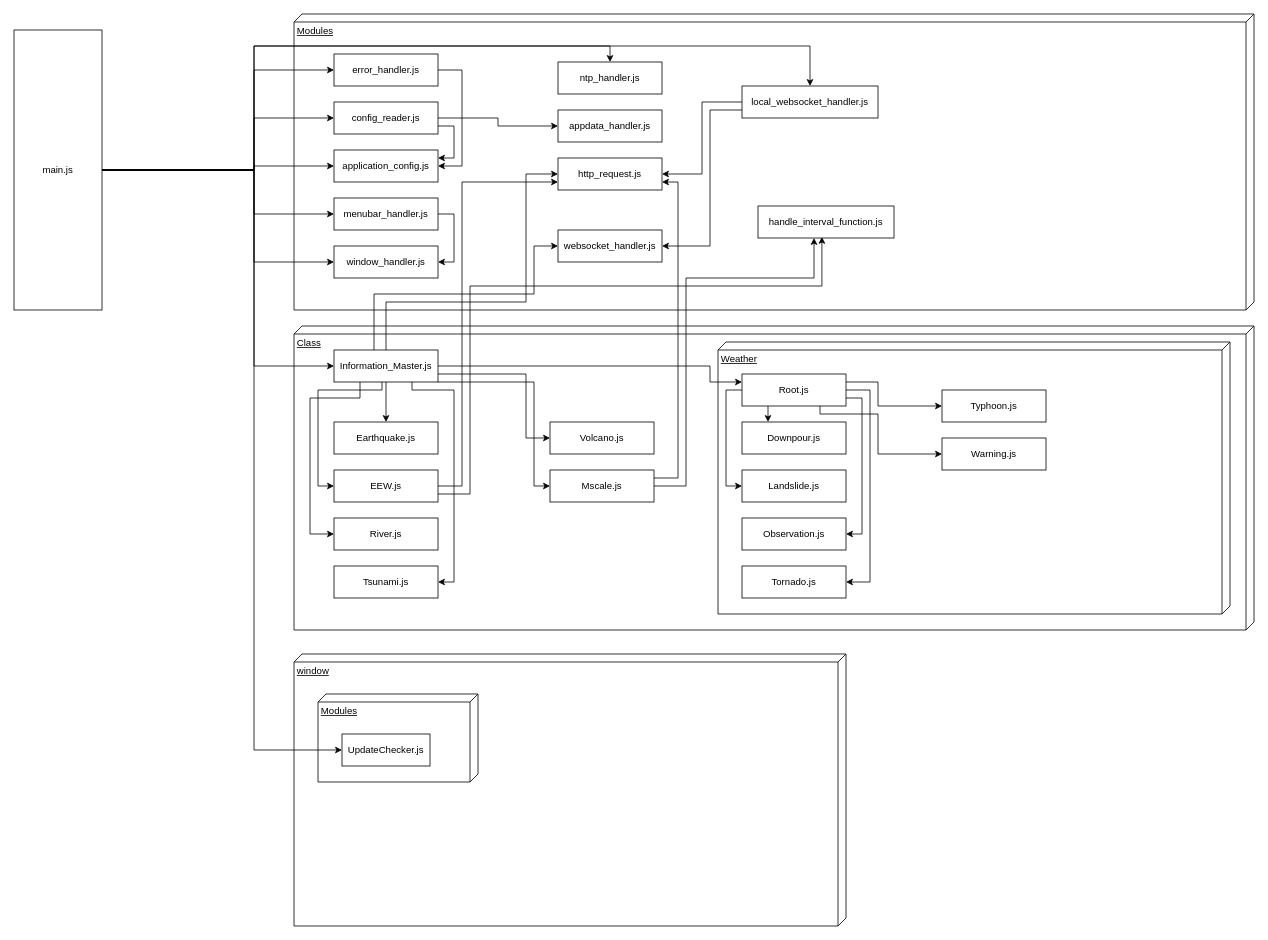
The draw.io diagram 依存関係.drawio in md-ndv356/ndv-ticker-app, before the edit. Source tidied: cells renumbered, new cells numbered last; positions are measured from the earlier drawing's top-left corner, leaving out a move shared by most shapes. Both pictures are drawn from the tidied source at 80%, with x=0, y=0 at pixel (14, 14).
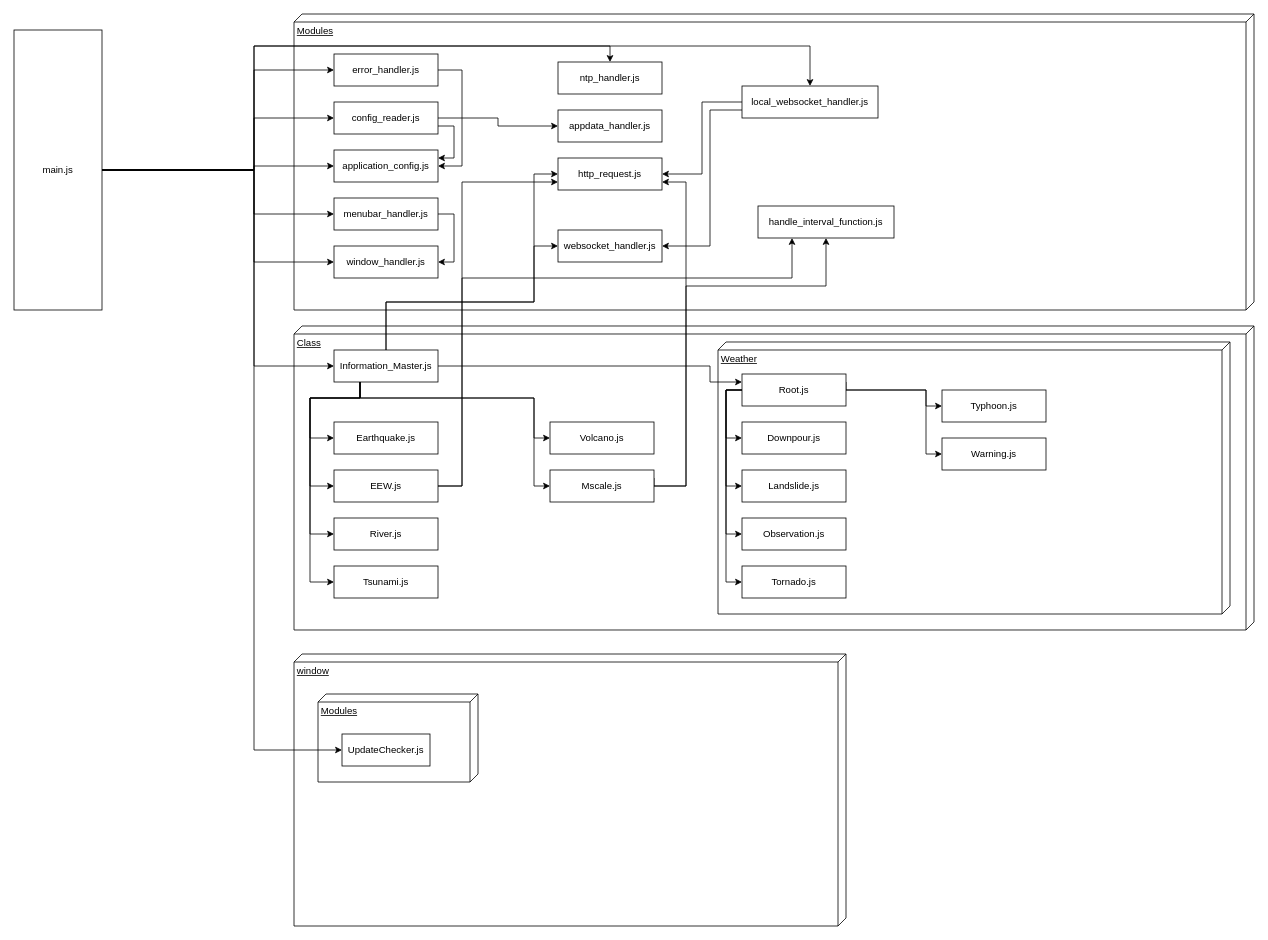
After the change.

Commit message:
依存関係.drawio を更新します

Unchanged cells that the change refers to:
```xml
<mxCell id="36" value="Information_Master.js" style="html=1;whiteSpace=wrap;" parent="1" vertex="1">
  <mxGeometry x="400" y="420" width="130" height="40" as="geometry" />
</mxCell>
<mxCell id="40" value="http_request.js" style="html=1;whiteSpace=wrap;" parent="1" vertex="1">
  <mxGeometry x="680" y="180" width="130" height="40" as="geometry" />
</mxCell>
<mxCell id="42" value="websocket_handler.js" style="html=1;whiteSpace=wrap;" parent="1" vertex="1">
  <mxGeometry x="680" y="270" width="130" height="40" as="geometry" />
</mxCell>
<mxCell id="49" value="Root.js" style="html=1;whiteSpace=wrap;" parent="1" vertex="1">
  <mxGeometry x="910" y="450" width="130" height="40" as="geometry" />
</mxCell>
<mxCell id="51" value="Downpour.js" style="html=1;whiteSpace=wrap;" parent="1" vertex="1">
  <mxGeometry x="910" y="510" width="130" height="40" as="geometry" />
</mxCell>
<mxCell id="53" value="Observation.js" style="html=1;whiteSpace=wrap;" parent="1" vertex="1">
  <mxGeometry x="910" y="630" width="130" height="40" as="geometry" />
</mxCell>
<mxCell id="54" value="Tornado.js" style="html=1;whiteSpace=wrap;" parent="1" vertex="1">
  <mxGeometry x="910" y="690" width="130" height="40" as="geometry" />
</mxCell>
<mxCell id="55" value="Typhoon.js" style="html=1;whiteSpace=wrap;" parent="1" vertex="1">
  <mxGeometry x="1160" y="470" width="130" height="40" as="geometry" />
</mxCell>
<mxCell id="56" value="Warning.js" style="html=1;whiteSpace=wrap;" parent="1" vertex="1">
  <mxGeometry x="1160" y="530" width="130" height="40" as="geometry" />
</mxCell>
<mxCell id="59" value="EEW.js" style="html=1;whiteSpace=wrap;" parent="1" vertex="1">
  <mxGeometry x="400" y="570" width="130" height="40" as="geometry" />
</mxCell>
<mxCell id="61" value="Tsunami.js" style="html=1;whiteSpace=wrap;" parent="1" vertex="1">
  <mxGeometry x="400" y="690" width="130" height="40" as="geometry" />
</mxCell>
<mxCell id="62" value="Volcano.js" style="html=1;whiteSpace=wrap;" parent="1" vertex="1">
  <mxGeometry x="670" y="510" width="130" height="40" as="geometry" />
</mxCell>
<mxCell id="65" value="Mscale.js" style="html=1;whiteSpace=wrap;" parent="1" vertex="1">
  <mxGeometry x="670" y="570" width="130" height="40" as="geometry" />
</mxCell>
<mxCell id="66" value="Earthquake.js" style="html=1;whiteSpace=wrap;" parent="1" vertex="1">
  <mxGeometry x="400" y="510" width="130" height="40" as="geometry" />
</mxCell>
<mxCell id="67" value="handle_interval_function.js" style="html=1;whiteSpace=wrap;" parent="1" vertex="1">
  <mxGeometry x="930" y="240" width="170" height="40" as="geometry" />
</mxCell>
```

What changed in the source:
```diff
@@
-    <mxCell id="26" style="edgeStyle=orthogonalEdgeStyle;rounded=0;jettySize=auto;html=1;exitX=0.46;exitY=0.018;exitDx=0;exitDy=0;exitPerimeter=0;entryX=0;entryY=0.5;entryDx=0;entryDy=0;" parent="1" edge="1" source="36" target="42">
+    <mxCell id="26" style="edgeStyle=orthogonalEdgeStyle;rounded=0;jettySize=auto;html=1;exitX=0.5;exitY=0;exitDx=0;exitDy=0;entryX=0;entryY=0.5;entryDx=0;entryDy=0;" parent="1" edge="1" source="36" target="42">
       <mxGeometry relative="1" as="geometry">
         <Array as="points">
-          <mxPoint x="450" y="421" />
-          <mxPoint x="450" y="350" />
-          <mxPoint x="650" y="350" />
+          <mxPoint x="465" y="360" />
+          <mxPoint x="650" y="360" />
           <mxPoint x="650" y="290" />
         </Array>
       </mxGeometry>
     </mxCell>
@@
     <mxCell id="28" style="edgeStyle=orthogonalEdgeStyle;rounded=0;jettySize=auto;html=1;exitX=0.5;exitY=0;exitDx=0;exitDy=0;entryX=0;entryY=0.5;entryDx=0;entryDy=0;" parent="1" edge="1" source="36" target="40">
       <mxGeometry relative="1" as="geometry">
         <Array as="points">
           <mxPoint x="465" y="360" />
-          <mxPoint x="640" y="360" />
-          <mxPoint x="640" y="200" />
+          <mxPoint x="650" y="360" />
+          <mxPoint x="650" y="200" />
         </Array>
       </mxGeometry>
     </mxCell>
@@
-    <mxCell id="30" style="edgeStyle=orthogonalEdgeStyle;rounded=0;jettySize=auto;html=1;" parent="1" edge="1" source="36" target="66">
-      <mxGeometry relative="1" as="geometry" />
+    <mxCell id="30" style="edgeStyle=orthogonalEdgeStyle;rounded=0;jettySize=auto;html=1;exitX=0.25;exitY=1;exitDx=0;exitDy=0;" parent="1" edge="1" source="36" target="66">
+      <mxGeometry relative="1" as="geometry">
+        <Array as="points">
+          <mxPoint x="432" y="480" />
+          <mxPoint x="370" y="480" />
+          <mxPoint x="370" y="530" />
+        </Array>
+      </mxGeometry>
     </mxCell>
-    <mxCell id="31" style="edgeStyle=orthogonalEdgeStyle;rounded=0;jettySize=auto;html=1;entryX=0;entryY=0.5;entryDx=0;entryDy=0;" parent="1" edge="1" source="36" target="59">
+    <mxCell id="31" style="edgeStyle=orthogonalEdgeStyle;rounded=0;jettySize=auto;html=1;entryX=0;entryY=0.5;entryDx=0;entryDy=0;exitX=0.25;exitY=1;exitDx=0;exitDy=0;" parent="1" edge="1" source="36" target="59">
       <mxGeometry relative="1" as="geometry">
         <Array as="points">
-          <mxPoint x="460" y="470" />
-          <mxPoint x="380" y="470" />
-          <mxPoint x="380" y="590" />
+          <mxPoint x="432" y="480" />
+          <mxPoint x="370" y="480" />
+          <mxPoint x="370" y="590" />
         </Array>
       </mxGeometry>
     </mxCell>
@@
-    <mxCell id="33" style="edgeStyle=orthogonalEdgeStyle;rounded=0;jettySize=auto;html=1;exitX=0.75;exitY=1;exitDx=0;exitDy=0;entryX=1;entryY=0.5;entryDx=0;entryDy=0;" parent="1" edge="1" source="36" target="61">
+    <mxCell id="33" style="edgeStyle=orthogonalEdgeStyle;rounded=0;jettySize=auto;html=1;exitX=0.25;exitY=1;exitDx=0;exitDy=0;entryX=0;entryY=0.5;entryDx=0;entryDy=0;" parent="1" edge="1" source="36" target="61">
       <mxGeometry relative="1" as="geometry">
         <Array as="points">
-          <mxPoint x="497" y="470" />
-          <mxPoint x="550" y="470" />
-          <mxPoint x="550" y="710" />
+          <mxPoint x="432" y="480" />
+          <mxPoint x="370" y="480" />
+          <mxPoint x="370" y="710" />
         </Array>
       </mxGeometry>
     </mxCell>
-    <mxCell id="34" style="edgeStyle=orthogonalEdgeStyle;rounded=0;jettySize=auto;html=1;exitX=1;exitY=0.75;exitDx=0;exitDy=0;entryX=0;entryY=0.5;entryDx=0;entryDy=0;" parent="1" edge="1" source="36" target="62">
+    <mxCell id="34" style="edgeStyle=orthogonalEdgeStyle;rounded=0;jettySize=auto;html=1;exitX=0.25;exitY=1;exitDx=0;exitDy=0;entryX=0;entryY=0.5;entryDx=0;entryDy=0;" parent="1" edge="1" source="36" target="62">
       <mxGeometry relative="1" as="geometry">
         <Array as="points">
-          <mxPoint x="640" y="450" />
-          <mxPoint x="640" y="530" />
+          <mxPoint x="432" y="480" />
+          <mxPoint x="650" y="480" />
+          <mxPoint x="650" y="530" />
         </Array>
       </mxGeometry>
     </mxCell>
-    <mxCell id="35" style="edgeStyle=orthogonalEdgeStyle;rounded=0;jettySize=auto;html=1;exitX=1;exitY=1;exitDx=0;exitDy=0;entryX=0;entryY=0.5;entryDx=0;entryDy=0;" parent="1" edge="1" source="36" target="65">
+    <mxCell id="35" style="edgeStyle=orthogonalEdgeStyle;rounded=0;jettySize=auto;html=1;exitX=0.25;exitY=1;exitDx=0;exitDy=0;entryX=0;entryY=0.5;entryDx=0;entryDy=0;" parent="1" edge="1" source="36" target="65">
       <mxGeometry relative="1" as="geometry">
         <Array as="points">
-          <mxPoint x="650" y="460" />
+          <mxPoint x="433" y="480" />
+          <mxPoint x="650" y="480" />
           <mxPoint x="650" y="590" />
         </Array>
       </mxGeometry>
     </mxCell>
@@
-    <mxCell id="43" style="edgeStyle=orthogonalEdgeStyle;rounded=0;jettySize=auto;html=1;exitX=0.25;exitY=1;exitDx=0;exitDy=0;entryX=0.25;entryY=0;entryDx=0;entryDy=0;" parent="1" edge="1" source="49" target="51">
-      <mxGeometry relative="1" as="geometry" />
+    <mxCell id="43" style="edgeStyle=orthogonalEdgeStyle;rounded=0;jettySize=auto;html=1;exitX=0;exitY=0.5;exitDx=0;exitDy=0;entryX=0;entryY=0.5;entryDx=0;entryDy=0;" parent="1" edge="1" source="49" target="51">
+      <mxGeometry relative="1" as="geometry">
+        <Array as="points">
+          <mxPoint x="890" y="470" />
+          <mxPoint x="890" y="530" />
+        </Array>
+      </mxGeometry>
     </mxCell>
@@
-    <mxCell id="45" style="edgeStyle=orthogonalEdgeStyle;rounded=0;jettySize=auto;html=1;exitX=1;exitY=0.75;exitDx=0;exitDy=0;entryX=1;entryY=0.5;entryDx=0;entryDy=0;" parent="1" edge="1" source="49" target="53">
+    <mxCell id="45" style="edgeStyle=orthogonalEdgeStyle;rounded=0;jettySize=auto;html=1;exitX=0;exitY=0.5;exitDx=0;exitDy=0;entryX=0;entryY=0.5;entryDx=0;entryDy=0;" parent="1" edge="1" source="49" target="53">
       <mxGeometry relative="1" as="geometry">
         <Array as="points">
-          <mxPoint x="1060" y="480" />
-          <mxPoint x="1060" y="650" />
+          <mxPoint x="890" y="470" />
+          <mxPoint x="890" y="650" />
         </Array>
       </mxGeometry>
     </mxCell>
-    <mxCell id="46" style="edgeStyle=orthogonalEdgeStyle;rounded=0;jettySize=auto;html=1;exitX=1;exitY=0.5;exitDx=0;exitDy=0;entryX=1;entryY=0.5;entryDx=0;entryDy=0;" parent="1" edge="1" source="49" target="54">
+    <mxCell id="46" style="edgeStyle=orthogonalEdgeStyle;rounded=0;jettySize=auto;html=1;exitX=0;exitY=0.5;exitDx=0;exitDy=0;entryX=0;entryY=0.5;entryDx=0;entryDy=0;" parent="1" edge="1" source="49" target="54">
       <mxGeometry relative="1" as="geometry">
         <Array as="points">
-          <mxPoint x="1070" y="470" />
-          <mxPoint x="1070" y="710" />
+          <mxPoint x="890" y="470" />
+          <mxPoint x="890" y="710" />
         </Array>
       </mxGeometry>
     </mxCell>
     <mxCell id="47" style="edgeStyle=orthogonalEdgeStyle;rounded=0;jettySize=auto;html=1;exitX=1;exitY=0.25;exitDx=0;exitDy=0;" parent="1" edge="1" source="49" target="55">
       <mxGeometry relative="1" as="geometry">
         <Array as="points">
-          <mxPoint x="1080" y="460" />
-          <mxPoint x="1080" y="490" />
+          <mxPoint x="1040" y="470" />
+          <mxPoint x="1140" y="470" />
+          <mxPoint x="1140" y="490" />
         </Array>
       </mxGeometry>
     </mxCell>
-    <mxCell id="48" style="edgeStyle=orthogonalEdgeStyle;rounded=0;jettySize=auto;html=1;exitX=0.75;exitY=1;exitDx=0;exitDy=0;entryX=0;entryY=0.5;entryDx=0;entryDy=0;" parent="1" edge="1" source="49" target="56">
+    <mxCell id="48" style="edgeStyle=orthogonalEdgeStyle;rounded=0;jettySize=auto;html=1;exitX=1;exitY=0.5;exitDx=0;exitDy=0;entryX=0;entryY=0.5;entryDx=0;entryDy=0;" parent="1" edge="1" source="49" target="56">
       <mxGeometry relative="1" as="geometry">
         <Array as="points">
-          <mxPoint x="1008" y="500" />
-          <mxPoint x="1080" y="500" />
-          <mxPoint x="1080" y="550" />
+          <mxPoint x="1140" y="470" />
+          <mxPoint x="1140" y="550" />
         </Array>
       </mxGeometry>
     </mxCell>
@@
-    <mxCell id="58" style="edgeStyle=orthogonalEdgeStyle;rounded=0;jettySize=auto;html=1;exitX=1;exitY=0.75;exitDx=0;exitDy=0;entryX=0.47;entryY=0.965;entryDx=0;entryDy=0;entryPerimeter=0;" parent="1" edge="1" source="59" target="67">
+    <mxCell id="58" style="edgeStyle=orthogonalEdgeStyle;rounded=0;jettySize=auto;html=1;entryX=0.25;entryY=1;entryDx=0;entryDy=0;" parent="1" edge="1" target="67">
       <mxGeometry relative="1" as="geometry">
+        <mxPoint x="530" y="590" as="sourcePoint" />
         <Array as="points">
-          <mxPoint x="570" y="600" />
-          <mxPoint x="570" y="340" />
-          <mxPoint x="1010" y="340" />
+          <mxPoint x="560" y="590" />
+          <mxPoint x="560" y="330" />
+          <mxPoint x="972" y="330" />
+          <mxPoint x="972" y="280" />
         </Array>
       </mxGeometry>
     </mxCell>
@@
     <mxCell id="63" style="edgeStyle=orthogonalEdgeStyle;rounded=0;jettySize=auto;html=1;exitX=1;exitY=0.25;exitDx=0;exitDy=0;entryX=1;entryY=0.75;entryDx=0;entryDy=0;" parent="1" edge="1" source="65" target="40">
-      <mxGeometry relative="1" as="geometry" />
+      <mxGeometry relative="1" as="geometry">
+        <Array as="points">
+          <mxPoint x="800" y="590" />
+          <mxPoint x="840" y="590" />
+          <mxPoint x="840" y="210" />
+        </Array>
+      </mxGeometry>
     </mxCell>
-    <mxCell id="64" style="edgeStyle=orthogonalEdgeStyle;rounded=0;jettySize=auto;html=1;exitX=1;exitY=0.5;exitDx=0;exitDy=0;" parent="1" edge="1" source="65" target="67">
+    <mxCell id="64" style="edgeStyle=orthogonalEdgeStyle;rounded=0;jettySize=auto;html=1;exitX=1;exitY=0.5;exitDx=0;exitDy=0;entryX=0.5;entryY=1;entryDx=0;entryDy=0;" parent="1" edge="1" source="65" target="67">
       <mxGeometry relative="1" as="geometry">
         <Array as="points">
           <mxPoint x="840" y="590" />
-          <mxPoint x="840" y="330" />
-          <mxPoint x="1000" y="330" />
+          <mxPoint x="840" y="340" />
+          <mxPoint x="1015" y="340" />
         </Array>
       </mxGeometry>
     </mxCell>
```
